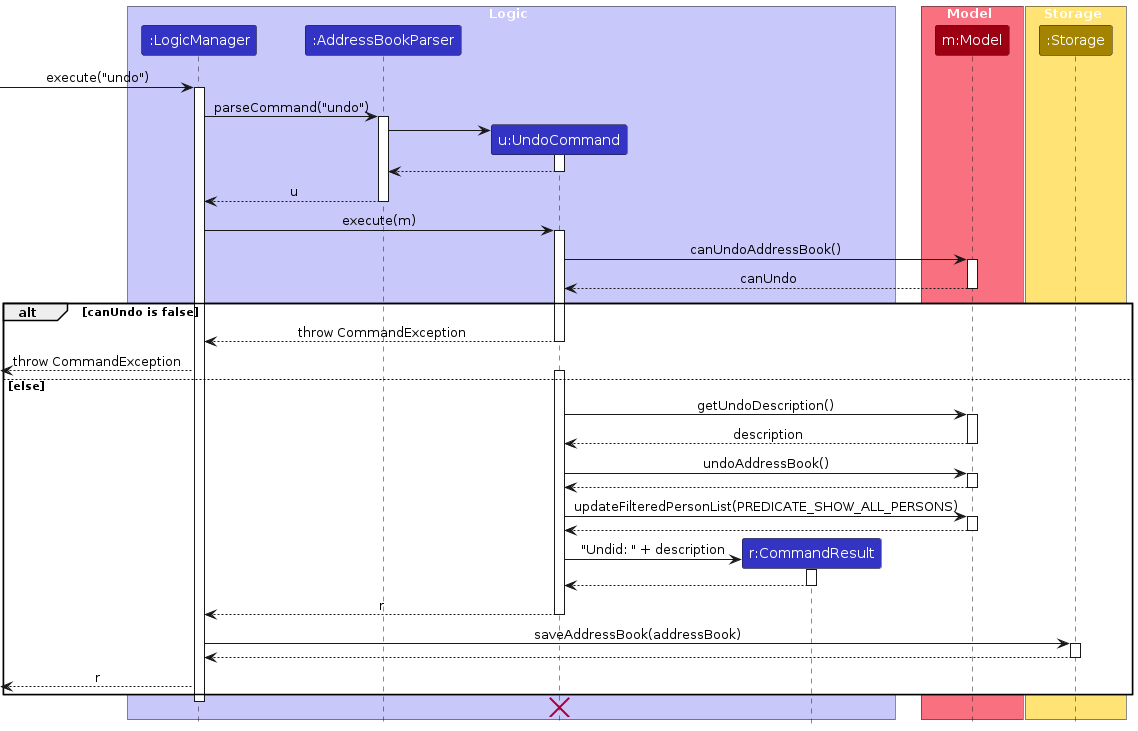
AY2627S1-CS2103T-F15-3/tp keeps this PlantUML diagram as diagrams/UndoSequenceDiagram-Logic.png. Above is the earlier version. Its source is kept beside it as diagrams/UndoSequenceDiagram-Logic.puml.
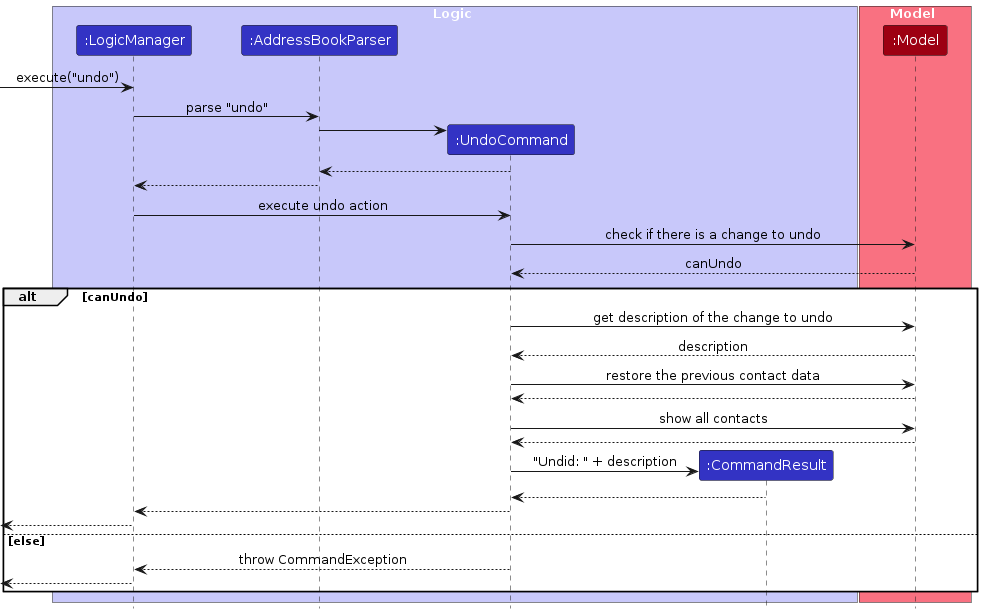
Later version of the same file.

Diff of the diagram source:
```diff
@@ -5,87 +5,48 @@
 box Logic LOGIC_COLOR_T1
 participant ":LogicManager" as LogicManager LOGIC_COLOR
 participant ":AddressBookParser" as AddressBookParser LOGIC_COLOR
-participant "u:UndoCommand" as UndoCommand LOGIC_COLOR
-participant "r:CommandResult" as CommandResult LOGIC_COLOR
+participant ":UndoCommand" as UndoCommand LOGIC_COLOR
+participant ":CommandResult" as CommandResult LOGIC_COLOR
 end box
 
 box Model MODEL_COLOR_T1
-participant "m:Model" as Model MODEL_COLOR
-end box
-
-box Storage STORAGE_COLOR_T1
-participant ":Storage" as Storage STORAGE_COLOR
+participant ":Model" as Model MODEL_COLOR
 end box
 
 [-> LogicManager : execute("undo")
-activate LogicManager
 
-LogicManager -> AddressBookParser : parseCommand("undo")
-activate AddressBookParser
+LogicManager -> AddressBookParser : parse "undo"
 
 create UndoCommand
 AddressBookParser -> UndoCommand
-activate UndoCommand
+UndoCommand --> AddressBookParser
 
-UndoCommand --> AddressBookParser
-deactivate UndoCommand
+AddressBookParser --> LogicManager
 
-AddressBookParser --> LogicManager : u
-deactivate AddressBookParser
+LogicManager -> UndoCommand : execute undo action
 
-LogicManager -> UndoCommand : execute(m)
-activate UndoCommand
+UndoCommand -> Model : check if there is a change to undo
+Model --> UndoCommand : canUndo
 
-UndoCommand -> Model : canUndoAddressBook()
-activate Model
+alt canUndo
+    UndoCommand -> Model : get description of the change to undo
+    Model --> UndoCommand : description
 
-Model --> UndoCommand : canUndo
-deactivate Model
+    UndoCommand -> Model : restore the previous contact data
+    Model --> UndoCommand
 
-alt canUndo is false
-    UndoCommand --> LogicManager : throw CommandException
-    deactivate UndoCommand
-    [<-- LogicManager : throw CommandException
-else else
-    activate UndoCommand
-    UndoCommand -> Model : getUndoDescription()
-    activate Model
-
-    Model --> UndoCommand : description
-    deactivate Model
-
-    UndoCommand -> Model : undoAddressBook()
-    activate Model
-
+    UndoCommand -> Model : show all contacts
     Model --> UndoCommand
-    deactivate Model
-
-    UndoCommand -> Model : updateFilteredPersonList(PREDICATE_SHOW_ALL_PERSONS)
-    activate Model
-
-    Model --> UndoCommand
-    deactivate Model
 
     create CommandResult
     UndoCommand -> CommandResult : "Undid: " + description
-    activate CommandResult
+    CommandResult --> UndoCommand
 
-    CommandResult --> UndoCommand
-    deactivate CommandResult
+    UndoCommand --> LogicManager
+    [<-- LogicManager
+else else
+    UndoCommand --> LogicManager : throw CommandException
+    [<-- LogicManager
+end
 
-    UndoCommand --> LogicManager : r
-    deactivate UndoCommand
-
-    LogicManager -> Storage : saveAddressBook(addressBook)
-    activate Storage
-
-    Storage --> LogicManager
-    deactivate Storage
-
-    [<-- LogicManager : r
-end
-deactivate LogicManager
-
-UndoCommand -[hidden]-> LogicManager
-destroy UndoCommand
 @enduml
```
